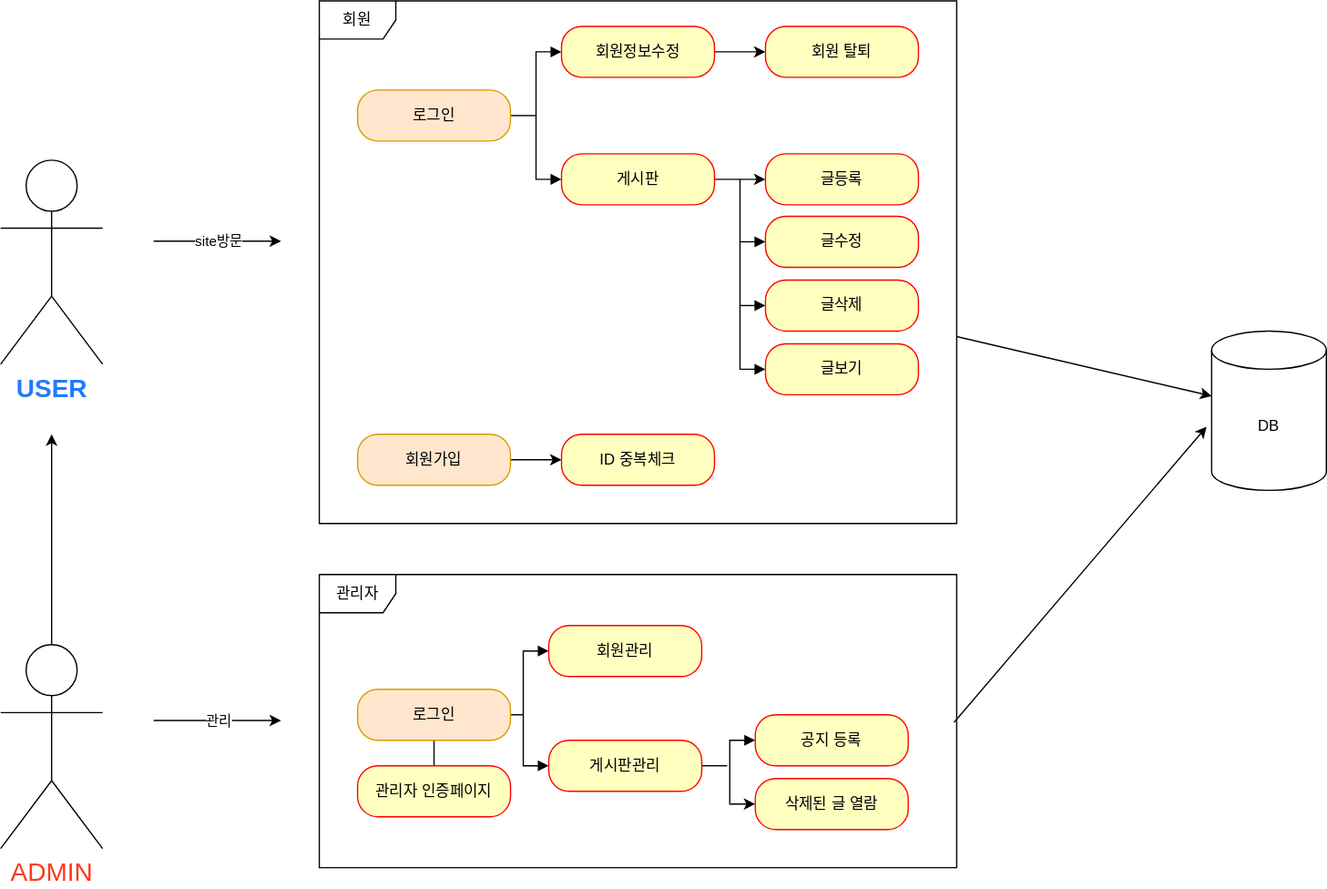
Earlier version of the draw.io export usecase.svg (enviesm123/personal_project). Source tidied: cells renumbered, new cells last; positions are measured from the earlier drawing's top-left corner, leaving out a move shared by most shapes.
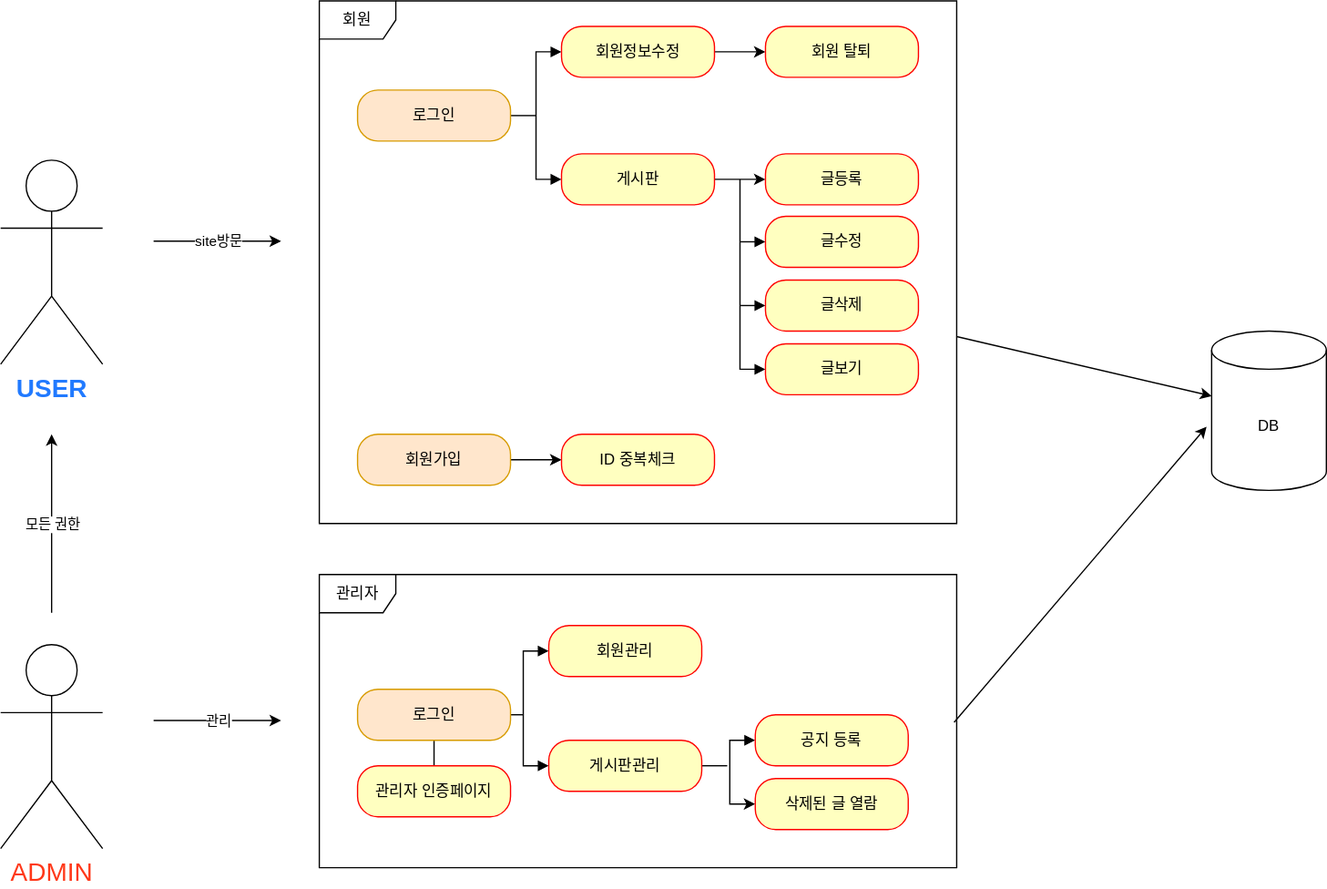
After the commit.

Commit message:
usecase.svg 업데이트 게시판 로그인

What changed in the source:
```diff
@@ -73,11 +73,6 @@
     <mxCell id="22" value="ID 중복체크" style="rounded=1;whiteSpace=wrap;html=1;arcSize=40;fontColor=#000000;fillColor=#ffffc0;strokeColor=#ff0000;" parent="1" vertex="1">
       <mxGeometry x="440" y="340" width="120" height="40" as="geometry" />
     </mxCell>
-    <mxCell id="23" style="edgeStyle=orthogonalEdgeStyle;rounded=0;jettySize=auto;html=1;" parent="1" edge="1" source="24">
-      <mxGeometry relative="1" as="geometry">
-        <mxPoint x="40" y="340" as="targetPoint" />
-      </mxGeometry>
-    </mxCell>
     <mxCell id="24" value="&lt;font color=&quot;#ff3819&quot; style=&quot;font-size: 20px;&quot;&gt;ADMIN&lt;/font&gt;" style="shape=umlActor;verticalLabelPosition=bottom;verticalAlign=top;html=1;outlineConnect=0;" parent="1" vertex="1">
       <mxGeometry y="505" width="80" height="160" as="geometry" />
     </mxCell>
@@ -148,5 +143,14 @@
     <mxCell id="42" style="rounded=0;jettySize=auto;html=1;entryX=0;entryY=0.408;entryDx=0;entryDy=0;entryPerimeter=0;" parent="1" edge="1" source="2" target="11">
       <mxGeometry relative="1" as="geometry" />
     </mxCell>
+    <mxCell id="43" style="endArrow=classic;html=1;rounded=0;" parent="1" edge="1">
+      <mxGeometry relative="1" as="geometry">
+        <mxPoint x="40" y="480" as="sourcePoint" />
+        <mxPoint x="40" y="340" as="targetPoint" />
+      </mxGeometry>
+    </mxCell>
+    <mxCell id="44" value="모든 권한" style="edgeLabel;html=1;align=center;verticalAlign=middle;" parent="43" vertex="1">
+      <mxGeometry relative="1" as="geometry" />
+    </mxCell>
   </root>
 </mxGraphModel>
```
